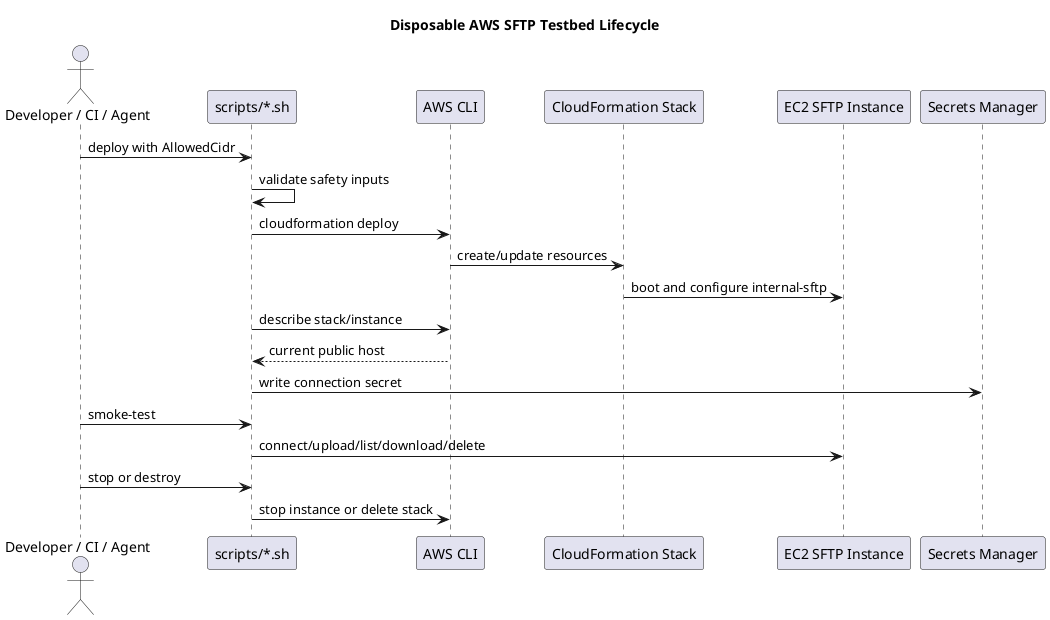
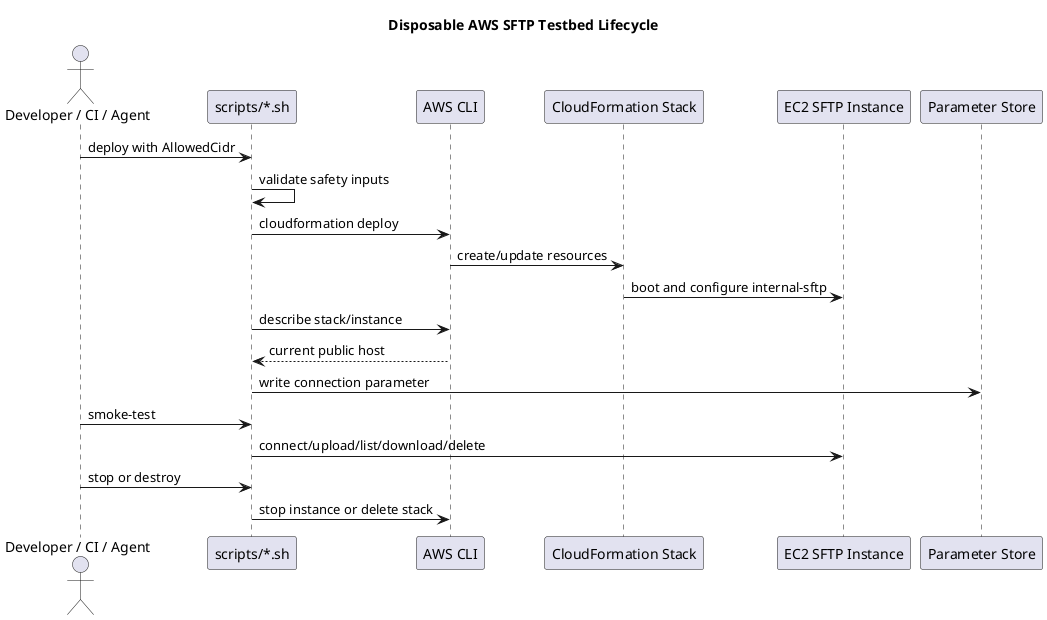
@startuml
title Disposable AWS SFTP Testbed Lifecycle

actor "Developer / CI / Agent" as User
participant "scripts/*.sh" as Scripts
participant "AWS CLI" as AwsCli
participant "CloudFormation Stack" as Stack
participant "EC2 SFTP Instance" as Ec2
- participant "Secrets Manager" as Secrets
+ participant "Parameter Store" as Parameters

User -> Scripts: deploy with AllowedCidr
Scripts -> Scripts: validate safety inputs
Scripts -> AwsCli: cloudformation deploy
AwsCli -> Stack: create/update resources
Stack -> Ec2: boot and configure internal-sftp
Scripts -> AwsCli: describe stack/instance
AwsCli --> Scripts: current public host
- Scripts -> Secrets: write connection secret
+ Scripts -> Parameters: write connection parameter

User -> Scripts: smoke-test
Scripts -> Ec2: connect/upload/list/download/delete

User -> Scripts: stop or destroy
Scripts -> AwsCli: stop instance or delete stack
@enduml
